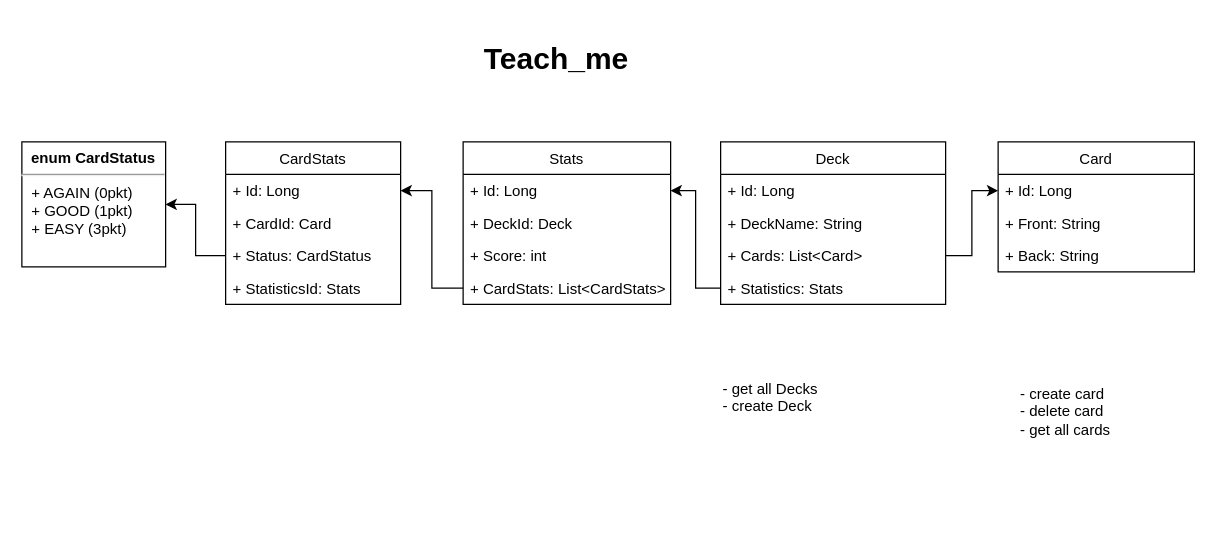
This is teachme.drawio from bobend212/Teach_me, a draw.io file, before an edit. Source tidied: cells renumbered, new cells numbered last; positions are measured from the earlier drawing's top-left corner, leaving out a move shared by most shapes. Both pictures are drawn from the tidied source at 125%, with x=0, y=0 at pixel (21, 34).
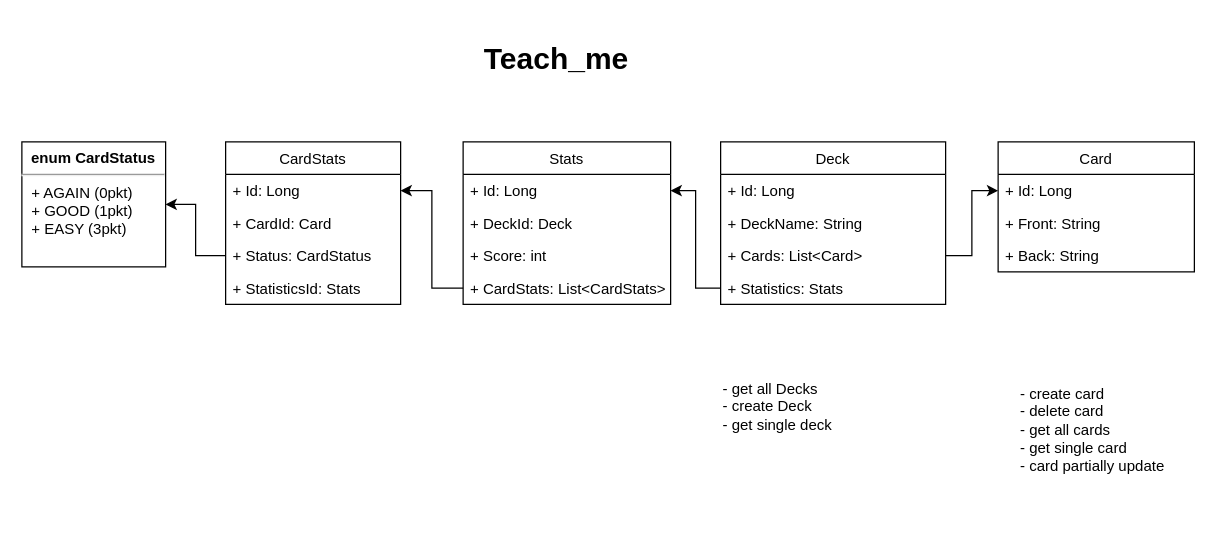
After the change.

Commit message (it also covers changes not shown here):
Card - partially update PATCH implemented

What changed in the source:
```diff
@@
-    <mxCell id="27" value="- get all Decks&lt;br&gt;- create Deck&lt;br&gt;" style="text;html=1;strokeColor=none;fillColor=none;align=left;verticalAlign=top;whiteSpace=wrap;rounded=0;" parent="1" vertex="1">
+    <mxCell id="27" value="- get all Decks&lt;br&gt;- create Deck&lt;br&gt;- get single deck" style="text;html=1;strokeColor=none;fillColor=none;align=left;verticalAlign=top;whiteSpace=wrap;rounded=0;" parent="1" vertex="1">
       <mxGeometry x="559" y="270" width="130" height="109" as="geometry" />
     </mxCell>
-    <mxCell id="28" value="- create card&lt;br&gt;- delete card&lt;br&gt;- get all cards" style="text;html=1;strokeColor=none;fillColor=none;align=left;verticalAlign=top;whiteSpace=wrap;rounded=0;" parent="1" vertex="1">
+    <mxCell id="28" value="- create card&lt;br&gt;- delete card&lt;br&gt;- get all cards&lt;br&gt;- get single card&lt;br&gt;- card partially update" style="text;html=1;strokeColor=none;fillColor=none;align=left;verticalAlign=top;whiteSpace=wrap;rounded=0;" parent="1" vertex="1">
       <mxGeometry x="797" y="274" width="130" height="109" as="geometry" />
     </mxCell>
```
